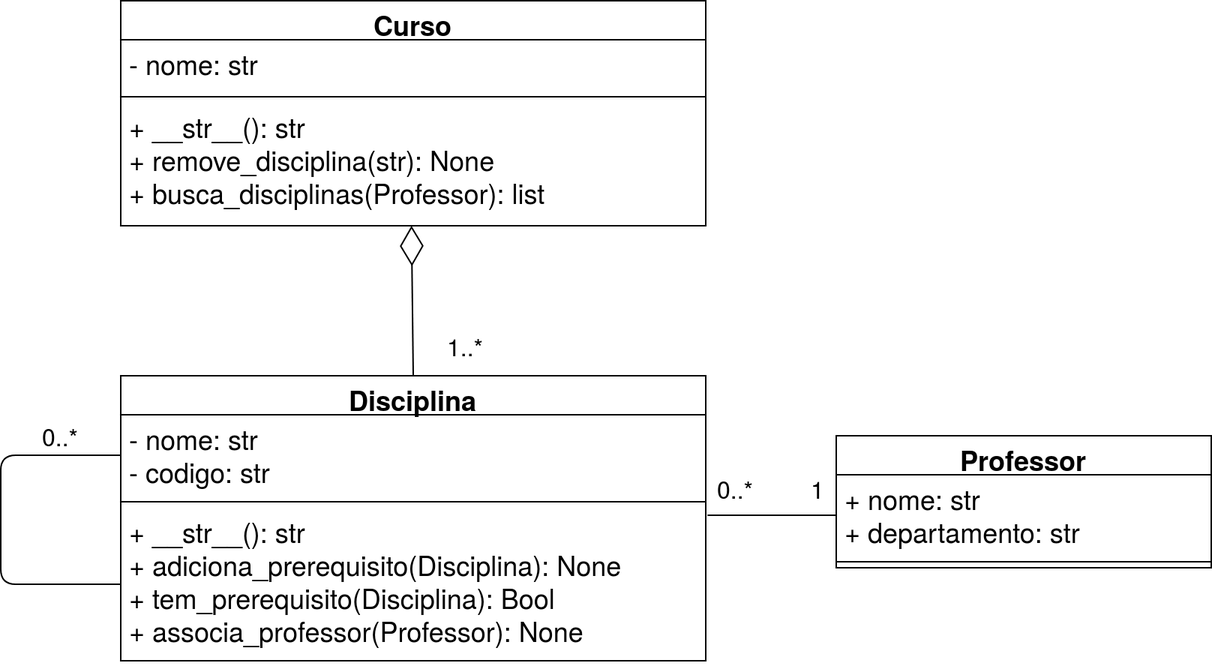
Before: docs/07-modulos/img/poo_2020.2_p1.png, a diagram exported from draw.io (dunfrey/POO_2020.2). Source tidied: cells renumbered, new cells last; positions are measured from the earlier drawing's top-left corner, leaving out a move shared by most shapes. Its diagram source:
```xml
<mxGraphModel>
  <root>
    <mxCell id="0" />
    <mxCell id="1" parent="0" />
    <mxCell id="2" value="Curso" style="swimlane;fontStyle=1;align=center;verticalAlign=top;horizontal=1;startSize=26;fontSize=18;" parent="1" vertex="1">
      <mxGeometry x="80" width="390" height="150" as="geometry" />
    </mxCell>
    <mxCell id="3" value="- nome: str" style="text;strokeColor=none;fillColor=none;align=left;verticalAlign=top;spacingLeft=4;spacingRight=4;overflow=hidden;fontSize=18;" parent="2" vertex="1">
      <mxGeometry y="26" width="390" height="34" as="geometry" />
    </mxCell>
    <mxCell id="4" style="line;strokeWidth=1;fillColor=none;align=left;verticalAlign=middle;spacingTop=-1;spacingLeft=3;spacingRight=3;labelPosition=right;" parent="2" vertex="1">
      <mxGeometry y="60" width="390" height="8" as="geometry" />
    </mxCell>
    <mxCell id="5" value="+ __str__(): str&#10;+ remove_disciplina(str): None&#10;+ busca_disciplinas(Professor): list&#10;" style="text;strokeColor=none;fillColor=none;align=left;verticalAlign=top;spacingLeft=4;spacingRight=4;overflow=hidden;points=[[0,0.5],[1,0.5]];portConstraint=eastwest;fontSize=18;" parent="2" vertex="1">
      <mxGeometry y="68" width="390" height="82" as="geometry" />
    </mxCell>
    <mxCell id="6" value="Disciplina" style="swimlane;fontStyle=1;align=center;verticalAlign=top;horizontal=1;startSize=26;fontSize=18;" parent="1" vertex="1">
      <mxGeometry x="80" y="250" width="390" height="190" as="geometry" />
    </mxCell>
    <mxCell id="7" value="- nome: str&#10;- codigo: str" style="text;strokeColor=none;fillColor=none;align=left;verticalAlign=top;spacingLeft=4;spacingRight=4;overflow=hidden;points=[[0,0.5],[1,0.5]];portConstraint=eastwest;fontSize=18;" parent="6" vertex="1">
      <mxGeometry y="26" width="390" height="54" as="geometry" />
    </mxCell>
    <mxCell id="8" style="line;strokeWidth=1;fillColor=none;align=left;verticalAlign=middle;spacingTop=-1;spacingLeft=3;spacingRight=3;labelPosition=right;" parent="6" vertex="1">
      <mxGeometry y="80" width="390" height="8" as="geometry" />
    </mxCell>
    <mxCell id="9" value="+ __str__(): str&#10;+ adiciona_prerequisito(Disciplina): None&#10;+ tem_prerequisito(Disciplina): Bool&#10;+ associa_professor(Professor): None&#10;&#10;" style="text;strokeColor=none;fillColor=none;align=left;verticalAlign=top;spacingLeft=4;spacingRight=4;overflow=hidden;points=[[0,0.5],[1,0.5]];portConstraint=eastwest;fontSize=18;" parent="6" vertex="1">
      <mxGeometry y="88" width="390" height="102" as="geometry" />
    </mxCell>
    <mxCell id="10" style="endArrow=none;html=1;edgeStyle=orthogonalEdgeStyle;fontSize=16;exitX=0;exitY=0.5;exitDx=0;exitDy=0;entryX=0;entryY=0.5;entryDx=0;entryDy=0;" parent="6" edge="1" source="9" target="7">
      <mxGeometry relative="1" as="geometry">
        <Array as="points">
          <mxPoint x="-80" y="139" />
          <mxPoint x="-80" y="53" />
        </Array>
      </mxGeometry>
    </mxCell>
    <mxCell id="11" style="endArrow=diamondThin;endFill=0;endSize=24;html=1;entryX=0.497;entryY=1;entryDx=0;entryDy=0;entryPerimeter=0;exitX=0.5;exitY=0;exitDx=0;exitDy=0;" parent="1" edge="1" source="6" target="5">
      <mxGeometry relative="1" as="geometry" />
    </mxCell>
    <mxCell id="12" value="1..*" style="text;html=1;strokeColor=none;fillColor=none;align=center;verticalAlign=middle;whiteSpace=wrap;rounded=0;fontSize=16;" parent="1" vertex="1">
      <mxGeometry x="290" y="220" width="40" height="20" as="geometry" />
    </mxCell>
    <mxCell id="13" value="0..*" style="text;html=1;strokeColor=none;fillColor=none;align=center;verticalAlign=middle;whiteSpace=wrap;rounded=0;fontSize=16;" parent="1" vertex="1">
      <mxGeometry x="20" y="280" width="40" height="20" as="geometry" />
    </mxCell>
    <mxCell id="14" value="Professor" style="swimlane;fontStyle=1;align=center;verticalAlign=top;horizontal=1;startSize=26;fontSize=18;" parent="1" vertex="1">
      <mxGeometry x="557" y="290" width="250" height="88" as="geometry" />
    </mxCell>
    <mxCell id="15" value="+ nome: str&#10;+ departamento: str &#10;" style="text;strokeColor=none;fillColor=none;align=left;verticalAlign=top;spacingLeft=4;spacingRight=4;overflow=hidden;points=[[0,0.5],[1,0.5]];portConstraint=eastwest;fontSize=18;" parent="14" vertex="1">
      <mxGeometry y="26" width="250" height="54" as="geometry" />
    </mxCell>
    <mxCell id="16" style="line;strokeWidth=1;fillColor=none;align=left;verticalAlign=middle;spacingTop=-1;spacingLeft=3;spacingRight=3;labelPosition=right;" parent="14" vertex="1">
      <mxGeometry y="80" width="250" height="8" as="geometry" />
    </mxCell>
    <mxCell id="17" style="endArrow=none;html=1;edgeStyle=orthogonalEdgeStyle;fontSize=16;entryX=0;entryY=0.5;entryDx=0;entryDy=0;exitX=1.003;exitY=0.049;exitDx=0;exitDy=0;exitPerimeter=0;" parent="1" edge="1" source="9" target="15">
      <mxGeometry relative="1" as="geometry" />
    </mxCell>
    <mxCell id="18" value="0..*" style="text;html=1;strokeColor=none;fillColor=none;align=center;verticalAlign=middle;whiteSpace=wrap;rounded=0;fontSize=16;" parent="1" vertex="1">
      <mxGeometry x="470" y="315" width="40" height="20" as="geometry" />
    </mxCell>
    <mxCell id="19" value="1" style="text;html=1;strokeColor=none;fillColor=none;align=center;verticalAlign=middle;whiteSpace=wrap;rounded=0;fontSize=16;" parent="1" vertex="1">
      <mxGeometry x="530" y="315" width="30" height="20" as="geometry" />
    </mxCell>
  </root>
</mxGraphModel>
```
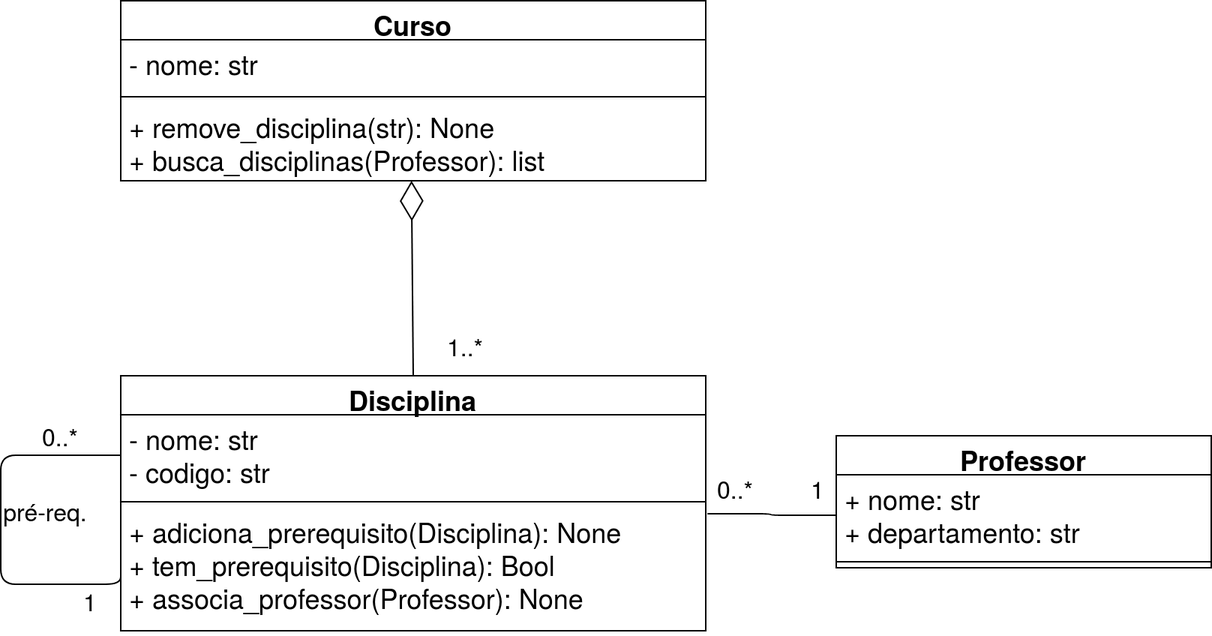
Above is the later version.

Commit message:
Atualização do diagrama de classe.

The edit, as a diff of the source:
```diff
@@ -3,7 +3,7 @@
     <mxCell id="0" />
     <mxCell id="1" parent="0" />
     <mxCell id="2" value="Curso" style="swimlane;fontStyle=1;align=center;verticalAlign=top;horizontal=1;startSize=26;fontSize=18;" parent="1" vertex="1">
-      <mxGeometry x="80" width="390" height="150" as="geometry" />
+      <mxGeometry x="80" width="390" height="120" as="geometry" />
     </mxCell>
     <mxCell id="3" value="- nome: str" style="text;strokeColor=none;fillColor=none;align=left;verticalAlign=top;spacingLeft=4;spacingRight=4;overflow=hidden;fontSize=18;" parent="2" vertex="1">
       <mxGeometry y="26" width="390" height="34" as="geometry" />
@@ -11,11 +11,11 @@
     <mxCell id="4" style="line;strokeWidth=1;fillColor=none;align=left;verticalAlign=middle;spacingTop=-1;spacingLeft=3;spacingRight=3;labelPosition=right;" parent="2" vertex="1">
       <mxGeometry y="60" width="390" height="8" as="geometry" />
     </mxCell>
-    <mxCell id="5" value="+ __str__(): str&#10;+ remove_disciplina(str): None&#10;+ busca_disciplinas(Professor): list&#10;" style="text;strokeColor=none;fillColor=none;align=left;verticalAlign=top;spacingLeft=4;spacingRight=4;overflow=hidden;points=[[0,0.5],[1,0.5]];portConstraint=eastwest;fontSize=18;" parent="2" vertex="1">
-      <mxGeometry y="68" width="390" height="82" as="geometry" />
+    <mxCell id="5" value="+ remove_disciplina(str): None&#10;+ busca_disciplinas(Professor): list&#10;" style="text;strokeColor=none;fillColor=none;align=left;verticalAlign=top;spacingLeft=4;spacingRight=4;overflow=hidden;points=[[0,0.5],[1,0.5]];portConstraint=eastwest;fontSize=18;" parent="2" vertex="1">
+      <mxGeometry y="68" width="390" height="52" as="geometry" />
     </mxCell>
     <mxCell id="6" value="Disciplina" style="swimlane;fontStyle=1;align=center;verticalAlign=top;horizontal=1;startSize=26;fontSize=18;" parent="1" vertex="1">
-      <mxGeometry x="80" y="250" width="390" height="190" as="geometry" />
+      <mxGeometry x="80" y="250" width="390" height="170" as="geometry" />
     </mxCell>
     <mxCell id="7" value="- nome: str&#10;- codigo: str" style="text;strokeColor=none;fillColor=none;align=left;verticalAlign=top;spacingLeft=4;spacingRight=4;overflow=hidden;points=[[0,0.5],[1,0.5]];portConstraint=eastwest;fontSize=18;" parent="6" vertex="1">
       <mxGeometry y="26" width="390" height="54" as="geometry" />
@@ -23,8 +23,8 @@
     <mxCell id="8" style="line;strokeWidth=1;fillColor=none;align=left;verticalAlign=middle;spacingTop=-1;spacingLeft=3;spacingRight=3;labelPosition=right;" parent="6" vertex="1">
       <mxGeometry y="80" width="390" height="8" as="geometry" />
     </mxCell>
-    <mxCell id="9" value="+ __str__(): str&#10;+ adiciona_prerequisito(Disciplina): None&#10;+ tem_prerequisito(Disciplina): Bool&#10;+ associa_professor(Professor): None&#10;&#10;" style="text;strokeColor=none;fillColor=none;align=left;verticalAlign=top;spacingLeft=4;spacingRight=4;overflow=hidden;points=[[0,0.5],[1,0.5]];portConstraint=eastwest;fontSize=18;" parent="6" vertex="1">
-      <mxGeometry y="88" width="390" height="102" as="geometry" />
+    <mxCell id="9" value="+ adiciona_prerequisito(Disciplina): None&#10;+ tem_prerequisito(Disciplina): Bool&#10;+ associa_professor(Professor): None&#10;&#10;" style="text;strokeColor=none;fillColor=none;align=left;verticalAlign=top;spacingLeft=4;spacingRight=4;overflow=hidden;points=[[0,0.5],[1,0.5]];portConstraint=eastwest;fontSize=18;" parent="6" vertex="1">
+      <mxGeometry y="88" width="390" height="82" as="geometry" />
     </mxCell>
     <mxCell id="10" style="endArrow=none;html=1;edgeStyle=orthogonalEdgeStyle;fontSize=16;exitX=0;exitY=0.5;exitDx=0;exitDy=0;entryX=0;entryY=0.5;entryDx=0;entryDy=0;" parent="6" edge="1" source="9" target="7">
       <mxGeometry relative="1" as="geometry">
@@ -61,5 +61,11 @@
     <mxCell id="19" value="1" style="text;html=1;strokeColor=none;fillColor=none;align=center;verticalAlign=middle;whiteSpace=wrap;rounded=0;fontSize=16;" parent="1" vertex="1">
       <mxGeometry x="530" y="315" width="30" height="20" as="geometry" />
     </mxCell>
+    <mxCell id="20" value="1" style="text;html=1;strokeColor=none;fillColor=none;align=center;verticalAlign=middle;whiteSpace=wrap;rounded=0;fontSize=16;" parent="1" vertex="1">
+      <mxGeometry x="40" y="390" width="40" height="20" as="geometry" />
+    </mxCell>
+    <mxCell id="21" value="pré-req." style="text;html=1;strokeColor=none;fillColor=none;align=center;verticalAlign=middle;whiteSpace=wrap;rounded=0;fontSize=16;" parent="1" vertex="1">
+      <mxGeometry y="330" width="60" height="20" as="geometry" />
+    </mxCell>
   </root>
 </mxGraphModel>
```
